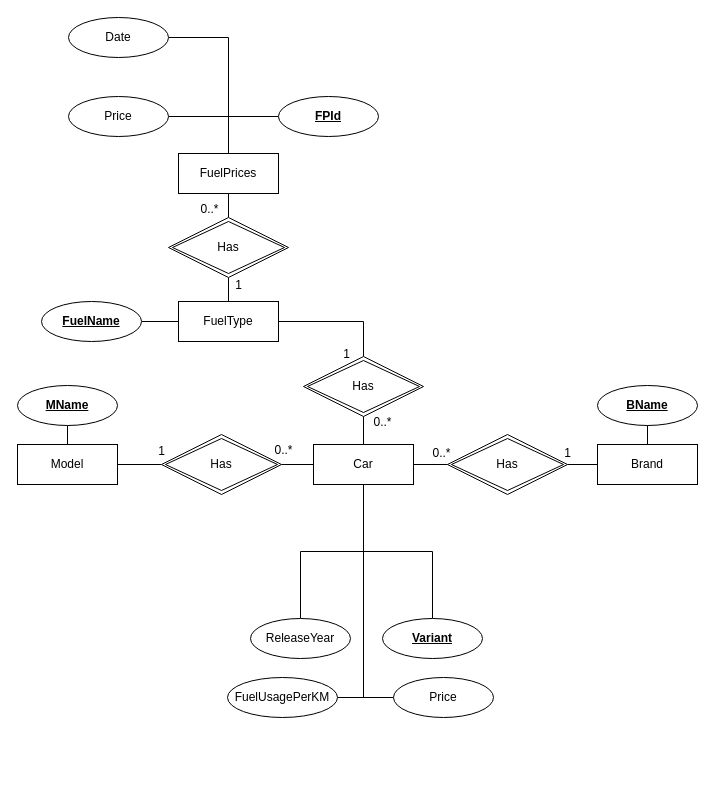
Above: Dokumentation/Er-CC-SBO (1).drawio in NansyT/Car-Comparison (draw.io), before the change. Source tidied: cells renumbered, new cells numbered last; positions are measured from the earlier drawing's top-left corner, leaving out a move shared by most shapes. Both pictures are drawn from the tidied source at 100%, with x=0, y=0 at pixel (17, 17).
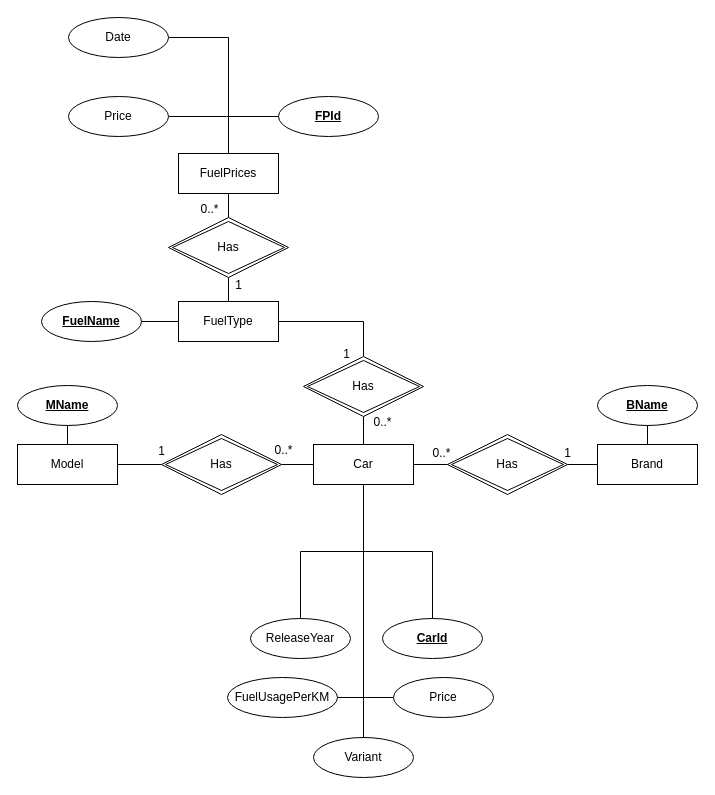
The same page after the edit.

Unchanged cells that the change refers to:
```xml
<mxCell id="4" value="Car" style="whiteSpace=wrap;html=1;align=center;" parent="1" vertex="1">
  <mxGeometry x="296" y="427" width="100" height="40" as="geometry" />
</mxCell>
```

Diff of the diagram source:
```diff
@@
+    <mxCell id="47" style="edgeStyle=orthogonalEdgeStyle;rounded=0;jettySize=auto;html=1;exitX=0.5;exitY=1;exitDx=0;exitDy=0;entryX=0.5;entryY=0;entryDx=0;entryDy=0;endArrow=none;endFill=0;" parent="1" edge="1" source="4" target="48">
+      <mxGeometry relative="1" as="geometry" />
+    </mxCell>
@@
-    <mxCell id="19" value="&lt;b&gt;Variant&lt;/b&gt;" style="ellipse;whiteSpace=wrap;html=1;align=center;fontStyle=4;" parent="1" vertex="1">
+    <mxCell id="19" value="&lt;b&gt;CarId&lt;/b&gt;" style="ellipse;whiteSpace=wrap;html=1;align=center;fontStyle=4;" parent="1" vertex="1">
       <mxGeometry x="365" y="601" width="100" height="40" as="geometry" />
     </mxCell>
@@
+    <mxCell id="48" value="Variant" style="ellipse;whiteSpace=wrap;html=1;align=center;" parent="1" vertex="1">
+      <mxGeometry x="296" y="720" width="100" height="40" as="geometry" />
+    </mxCell>
```
